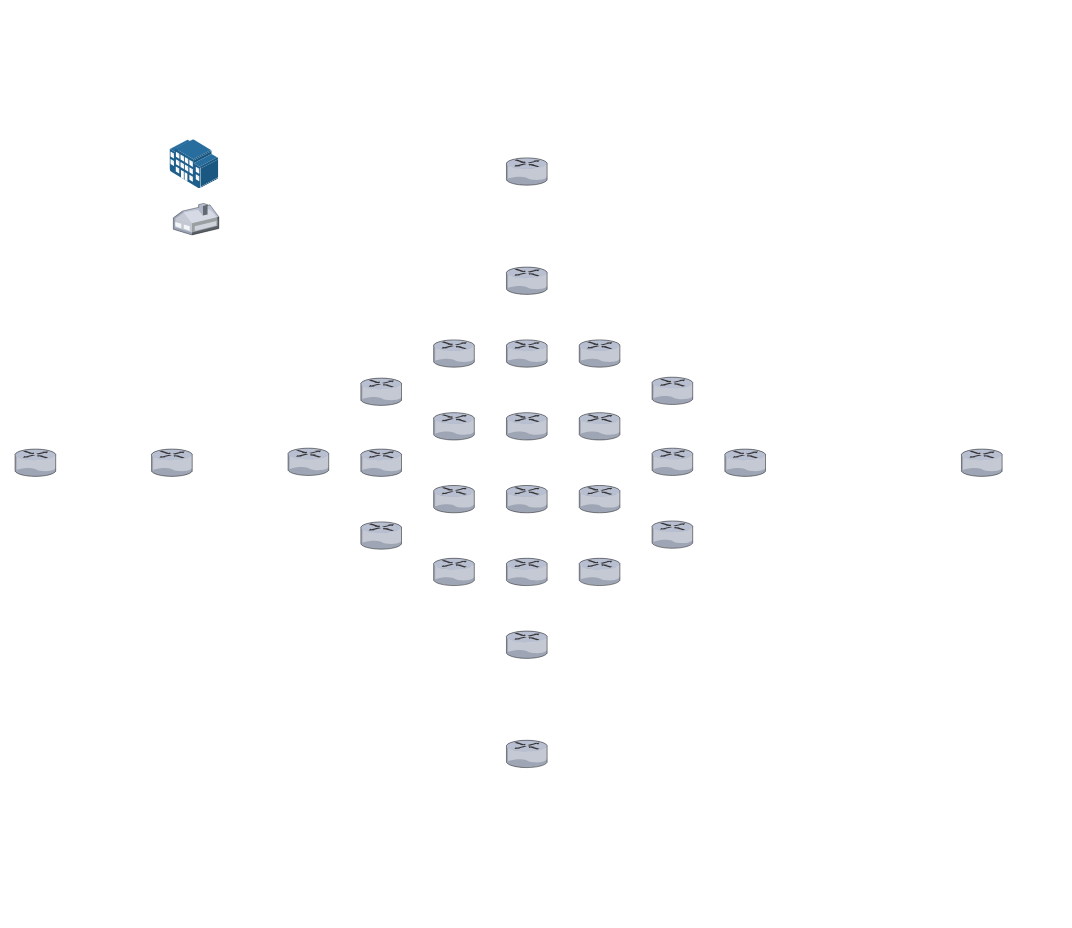
Before: Réseaux/Protocoles/3 - Réseau/Acheminement/MPLS.drawio in egoMasa/Cerveau, a draw.io diagram. Source tidied: cells renumbered, new cells numbered last; positions are measured from the earlier drawing's top-left corner, leaving out a move shared by most shapes. Both pictures are drawn from the tidied source at 91%, with x=0, y=0 at pixel (15, 139).
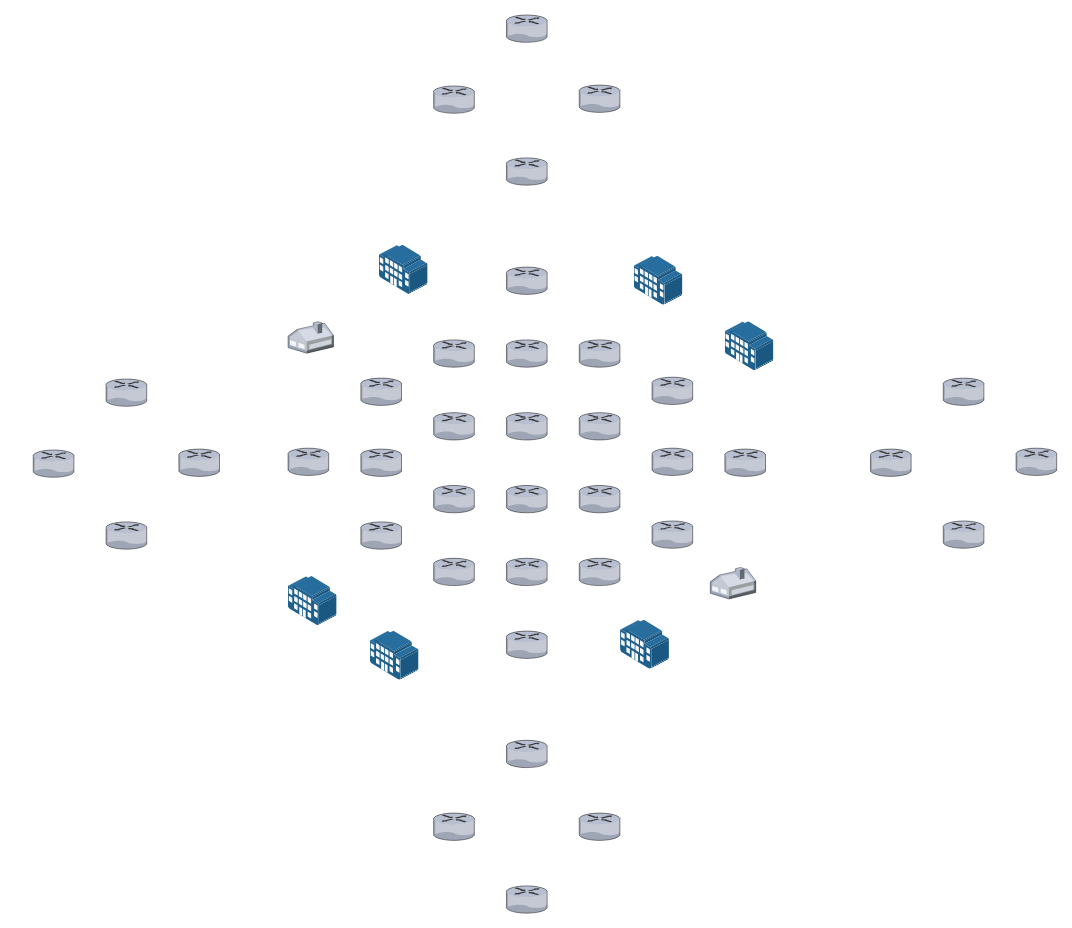
After the change.

Commit message (it also covers changes not shown here):
Mettre à jour MPLS.drawio

What changed in the source:
```diff
@@
     <mxCell id="3" style="verticalLabelPosition=bottom;sketch=0;html=1;verticalAlign=top;strokeColor=none;align=center;shape=mxgraph.citrix.home_office;" parent="1" vertex="1">
-      <mxGeometry x="174" y="70" width="50" height="34.7" as="geometry" />
+      <mxGeometry x="300" y="200" width="50" height="34.7" as="geometry" />
     </mxCell>
     <mxCell id="4" style="image;html=1;align=center;shadow=0;dashed=0;image=img/lib/allied_telesis/buildings/Large_Building.svg;" parent="1" vertex="1">
-      <mxGeometry x="170" width="54" height="54" as="geometry" />
+      <mxGeometry x="400" y="116" width="54" height="54" as="geometry" />
     </mxCell>
@@
-    <mxCell id="9" style="verticalLabelPosition=bottom;sketch=0;html=1;verticalAlign=top;strokeColor=none;align=center;shape=mxgraph.citrix.router;" parent="1" vertex="1">
-      <mxGeometry x="540" y="20" width="45.2" height="30" as="geometry" />
-    </mxCell>
@@
-    <mxCell id="13" style="verticalLabelPosition=bottom;sketch=0;html=1;verticalAlign=top;strokeColor=none;align=center;shape=mxgraph.citrix.router;" parent="1" vertex="1">
-      <mxGeometry x="150" y="340" width="45.2" height="30" as="geometry" />
-    </mxCell>
@@
     <mxCell id="15" style="verticalLabelPosition=bottom;sketch=0;html=1;verticalAlign=top;strokeColor=none;align=center;shape=mxgraph.citrix.router;" parent="1" vertex="1">
-      <mxGeometry x="1040" y="340" width="45.2" height="30" as="geometry" />
+      <mxGeometry x="940" y="340" width="45.2" height="30" as="geometry" />
     </mxCell>
-    <mxCell id="16" style="verticalLabelPosition=bottom;sketch=0;html=1;verticalAlign=top;strokeColor=none;align=center;shape=mxgraph.citrix.router;" parent="1" vertex="1">
-      <mxGeometry y="340" width="45.2" height="30" as="geometry" />
-    </mxCell>
@@
+    <mxCell id="31" style="image;html=1;align=center;shadow=0;dashed=0;image=img/lib/allied_telesis/buildings/Large_Building.svg;" parent="1" vertex="1">
+      <mxGeometry x="680" y="128" width="54" height="54" as="geometry" />
+    </mxCell>
+    <mxCell id="32" style="image;html=1;align=center;shadow=0;dashed=0;image=img/lib/allied_telesis/buildings/Large_Building.svg;" parent="1" vertex="1">
+      <mxGeometry x="780" y="200" width="54" height="54" as="geometry" />
+    </mxCell>
+    <mxCell id="33" style="image;html=1;align=center;shadow=0;dashed=0;image=img/lib/allied_telesis/buildings/Large_Building.svg;" parent="1" vertex="1">
+      <mxGeometry x="300" y="480" width="54" height="54" as="geometry" />
+    </mxCell>
+    <mxCell id="34" style="image;html=1;align=center;shadow=0;dashed=0;image=img/lib/allied_telesis/buildings/Large_Building.svg;" parent="1" vertex="1">
+      <mxGeometry x="390" y="540" width="54" height="54" as="geometry" />
+    </mxCell>
+    <mxCell id="35" style="image;html=1;align=center;shadow=0;dashed=0;image=img/lib/allied_telesis/buildings/Large_Building.svg;" parent="1" vertex="1">
+      <mxGeometry x="665.2" y="528" width="54" height="54" as="geometry" />
+    </mxCell>
+    <mxCell id="36" style="verticalLabelPosition=bottom;sketch=0;html=1;verticalAlign=top;strokeColor=none;align=center;shape=mxgraph.citrix.home_office;" parent="1" vertex="1">
+      <mxGeometry x="764" y="470" width="50" height="34.7" as="geometry" />
+    </mxCell>
+    <mxCell id="37" style="verticalLabelPosition=bottom;sketch=0;html=1;verticalAlign=top;strokeColor=none;align=center;shape=mxgraph.citrix.router;" parent="1" vertex="1">
+      <mxGeometry x="460" y="740" width="45.2" height="30" as="geometry" />
+    </mxCell>
+    <mxCell id="38" style="verticalLabelPosition=bottom;sketch=0;html=1;verticalAlign=top;strokeColor=none;align=center;shape=mxgraph.citrix.router;" parent="1" vertex="1">
+      <mxGeometry x="620" y="740" width="45.2" height="30" as="geometry" />
+    </mxCell>
+    <mxCell id="39" style="verticalLabelPosition=bottom;sketch=0;html=1;verticalAlign=top;strokeColor=none;align=center;shape=mxgraph.citrix.router;" parent="1" vertex="1">
+      <mxGeometry x="540" y="820" width="45.2" height="30" as="geometry" />
+    </mxCell>
+    <mxCell id="40" style="verticalLabelPosition=bottom;sketch=0;html=1;verticalAlign=top;strokeColor=none;align=center;shape=mxgraph.citrix.router;" parent="1" vertex="1">
+      <mxGeometry x="1020" y="262" width="45.2" height="30" as="geometry" />
+    </mxCell>
+    <mxCell id="41" style="verticalLabelPosition=bottom;sketch=0;html=1;verticalAlign=top;strokeColor=none;align=center;shape=mxgraph.citrix.router;" parent="1" vertex="1">
+      <mxGeometry x="1020" y="419" width="45.2" height="30" as="geometry" />
+    </mxCell>
+    <mxCell id="42" style="verticalLabelPosition=bottom;sketch=0;html=1;verticalAlign=top;strokeColor=none;align=center;shape=mxgraph.citrix.router;" parent="1" vertex="1">
+      <mxGeometry x="1100" y="339" width="45.2" height="30" as="geometry" />
+    </mxCell>
+    <mxCell id="43" style="verticalLabelPosition=bottom;sketch=0;html=1;verticalAlign=top;strokeColor=none;align=center;shape=mxgraph.citrix.router;" parent="1" vertex="1">
+      <mxGeometry x="20" y="341" width="45.2" height="30" as="geometry" />
+    </mxCell>
+    <mxCell id="44" style="verticalLabelPosition=bottom;sketch=0;html=1;verticalAlign=top;strokeColor=none;align=center;shape=mxgraph.citrix.router;" parent="1" vertex="1">
+      <mxGeometry x="100" y="263" width="45.2" height="30" as="geometry" />
+    </mxCell>
+    <mxCell id="45" style="verticalLabelPosition=bottom;sketch=0;html=1;verticalAlign=top;strokeColor=none;align=center;shape=mxgraph.citrix.router;" parent="1" vertex="1">
+      <mxGeometry x="100" y="420" width="45.2" height="30" as="geometry" />
+    </mxCell>
+    <mxCell id="46" style="verticalLabelPosition=bottom;sketch=0;html=1;verticalAlign=top;strokeColor=none;align=center;shape=mxgraph.citrix.router;" parent="1" vertex="1">
+      <mxGeometry x="180" y="340" width="45.2" height="30" as="geometry" />
+    </mxCell>
+    <mxCell id="47" style="verticalLabelPosition=bottom;sketch=0;html=1;verticalAlign=top;strokeColor=none;align=center;shape=mxgraph.citrix.router;" parent="1" vertex="1">
+      <mxGeometry x="460" y="-59" width="45.2" height="30" as="geometry" />
+    </mxCell>
+    <mxCell id="48" style="verticalLabelPosition=bottom;sketch=0;html=1;verticalAlign=top;strokeColor=none;align=center;shape=mxgraph.citrix.router;" parent="1" vertex="1">
+      <mxGeometry x="540" y="-137" width="45.2" height="30" as="geometry" />
+    </mxCell>
+    <mxCell id="9" style="verticalLabelPosition=bottom;sketch=0;html=1;verticalAlign=top;strokeColor=none;align=center;shape=mxgraph.citrix.router;" parent="1" vertex="1">
+      <mxGeometry x="540" y="20" width="45.2" height="30" as="geometry" />
+    </mxCell>
+    <mxCell id="49" style="verticalLabelPosition=bottom;sketch=0;html=1;verticalAlign=top;strokeColor=none;align=center;shape=mxgraph.citrix.router;" parent="1" vertex="1">
+      <mxGeometry x="620" y="-60" width="45.2" height="30" as="geometry" />
+    </mxCell>
```
